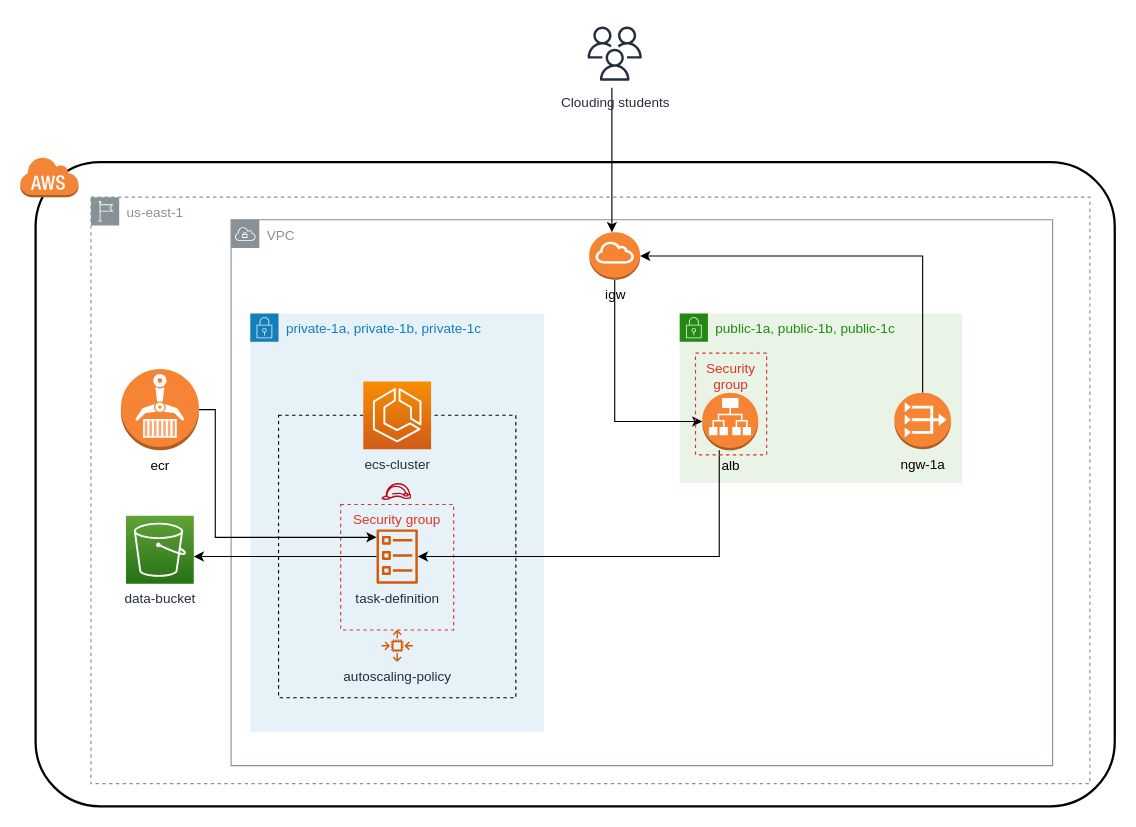
This is ecs/EcsLab.drawio from 4l3j4ndr0/ecs-practice, a draw.io file, before an edit. Source tidied: cells renumbered, new cells numbered last; positions are measured from the earlier drawing's top-left corner, leaving out a move shared by most shapes. Both pictures are drawn from the tidied source at 113%, with x=0, y=0 at pixel (19, 19).
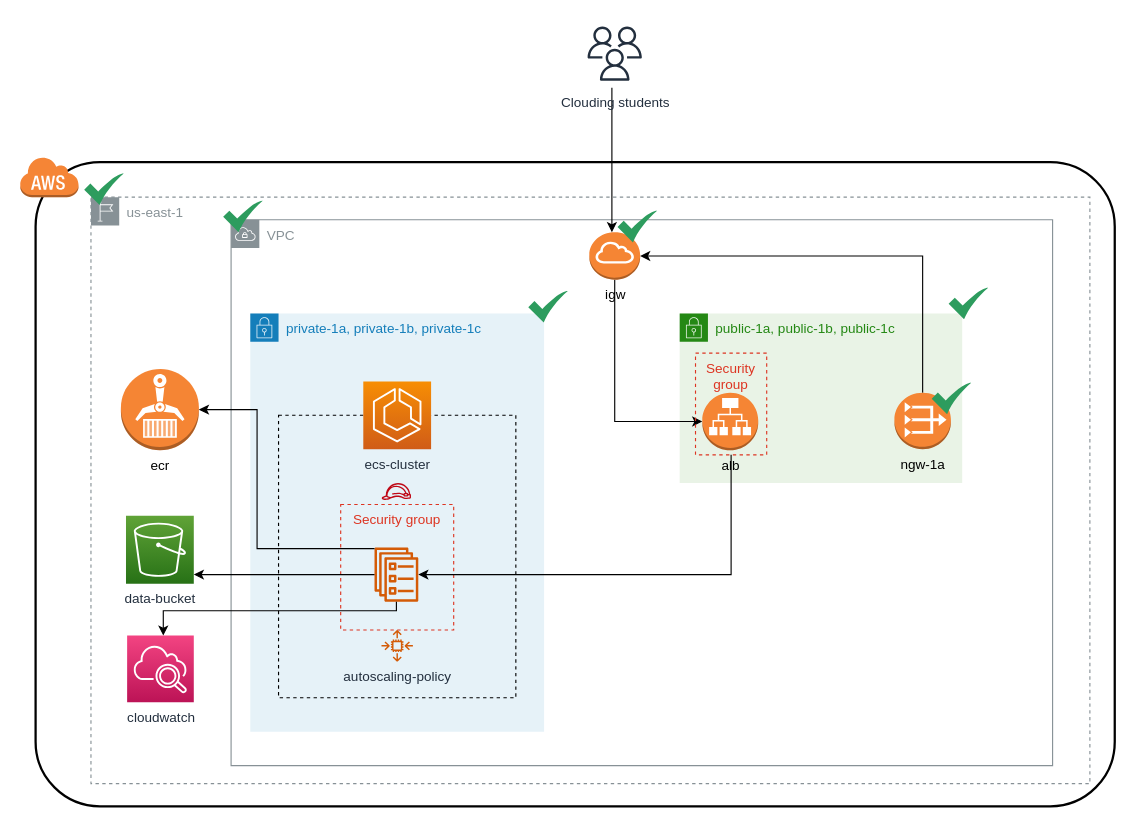
Above is the later version.

The change refers to these unchanged cells:
```xml
<mxCell id="6" value="private-1a, private-1b, private-1c" style="gradientColor=none;html=1;whiteSpace=wrap;fontSize=12;fontStyle=0;shape=mxgraph.aws4.group;grIcon=mxgraph.aws4.group_security_group;grStroke=0;strokeColor=#147EBA;fillColor=#E6F2F8;verticalAlign=top;align=left;spacingLeft=30;fontColor=#147EBA;dashed=0;" parent="1" vertex="1">
  <mxGeometry x="204" y="260" width="260" height="370" as="geometry" />
</mxCell>
<mxCell id="21" value="alb" style="outlineConnect=0;dashed=0;verticalLabelPosition=bottom;verticalAlign=top;align=center;html=1;shape=mxgraph.aws3.application_load_balancer;fillColor=#F58534;gradientColor=none;" parent="1" vertex="1">
  <mxGeometry x="604" y="330" width="49.5" height="51" as="geometry" />
</mxCell>
<mxCell id="22" value="data-bucket" style="sketch=0;points=[[0,0,0],[0.25,0,0],[0.5,0,0],[0.75,0,0],[1,0,0],[0,1,0],[0.25,1,0],[0.5,1,0],[0.75,1,0],[1,1,0],[0,0.25,0],[0,0.5,0],[0,0.75,0],[1,0.25,0],[1,0.5,0],[1,0.75,0]];outlineConnect=0;fontColor=#232F3E;gradientColor=#60A337;gradientDirection=north;fillColor=#277116;strokeColor=#ffffff;dashed=0;verticalLabelPosition=bottom;verticalAlign=top;align=center;html=1;fontSize=12;fontStyle=0;shape=mxgraph.aws4.resourceIcon;resIcon=mxgraph.aws4.s3;" parent="1" vertex="1">
  <mxGeometry x="94" y="439" width="60" height="60" as="geometry" />
</mxCell>
<mxCell id="24" value="Security group" style="fillColor=none;strokeColor=#DD3522;verticalAlign=top;fontStyle=0;fontColor=#DD3522;whiteSpace=wrap;html=1;dashed=1;" parent="1" vertex="1">
  <mxGeometry x="598" y="295" width="63" height="90" as="geometry" />
</mxCell>
<mxCell id="26" value="ecr" style="outlineConnect=0;dashed=0;verticalLabelPosition=bottom;verticalAlign=top;align=center;html=1;shape=mxgraph.aws3.ecr;fillColor=#F58534;gradientColor=none;" parent="1" vertex="1">
  <mxGeometry x="89.5" y="309" width="69" height="72" as="geometry" />
</mxCell>
```

Change to the diagram source:
```diff
@@
-    <mxCell id="10" value="task-definition" style="sketch=0;outlineConnect=0;fontColor=#232F3E;gradientColor=none;fillColor=#D45B07;strokeColor=none;dashed=0;verticalLabelPosition=bottom;verticalAlign=top;align=center;html=1;fontSize=12;fontStyle=0;shape=mxgraph.aws4.ecs_task;" parent="6" vertex="1">
-      <mxGeometry x="111.5" y="191" width="37" height="48" as="geometry" />
-    </mxCell>
@@
+    <mxCell id="27" style="sketch=0;outlineConnect=0;fontColor=#232F3E;gradientColor=none;fillColor=#D45B07;strokeColor=none;dashed=0;verticalLabelPosition=bottom;verticalAlign=top;align=center;html=1;fontSize=12;fontStyle=0;shape=mxgraph.aws4.ecs_service;" parent="6" vertex="1">
+      <mxGeometry x="109.8" y="207" width="39" height="48" as="geometry" />
+    </mxCell>
@@
-    <mxCell id="20" style="edgeStyle=orthogonalEdgeStyle;rounded=0;jettySize=auto;html=1;" parent="1" edge="1" source="21" target="10">
-      <mxGeometry relative="1" as="geometry">
-        <Array as="points">
-          <mxPoint x="619" y="475" />
-        </Array>
-      </mxGeometry>
-    </mxCell>
@@
-    <mxCell id="23" style="edgeStyle=orthogonalEdgeStyle;rounded=0;jettySize=auto;html=1;" parent="1" edge="1" source="10" target="22">
-      <mxGeometry relative="1" as="geometry">
-        <Array as="points">
-          <mxPoint x="174" y="475" />
-          <mxPoint x="174" y="475" />
-        </Array>
-      </mxGeometry>
-    </mxCell>
+    <mxCell id="28" style="edgeStyle=orthogonalEdgeStyle;rounded=0;jettySize=auto;html=1;" parent="1" edge="1" source="24" target="27">
+      <mxGeometry relative="1" as="geometry">
+        <Array as="points">
+          <mxPoint x="630" y="491" />
+        </Array>
+      </mxGeometry>
+    </mxCell>
@@
-    <mxCell id="25" style="edgeStyle=orthogonalEdgeStyle;rounded=0;jettySize=auto;html=1;" parent="1" edge="1" source="26" target="10">
-      <mxGeometry relative="1" as="geometry">
-        <Array as="points">
-          <mxPoint x="173" y="345" />
-          <mxPoint x="173" y="458" />
-        </Array>
-      </mxGeometry>
-    </mxCell>
@@
+    <mxCell id="29" style="sketch=0;html=1;strokeColor=none;shadow=0;align=center;fillColor=#2D9C5E;verticalAlign=top;labelPosition=center;verticalLabelPosition=bottom;shape=mxgraph.gcp2.check;" parent="1" vertex="1">
+      <mxGeometry x="180" y="160" width="35" height="28" as="geometry" />
+    </mxCell>
+    <mxCell id="30" style="sketch=0;html=1;strokeColor=none;shadow=0;align=center;fillColor=#2D9C5E;verticalAlign=top;labelPosition=center;verticalLabelPosition=bottom;shape=mxgraph.gcp2.check;" parent="1" vertex="1">
+      <mxGeometry x="57" y="136" width="35" height="28" as="geometry" />
+    </mxCell>
+    <mxCell id="31" value="cloudwatch" style="sketch=0;points=[[0,0,0],[0.25,0,0],[0.5,0,0],[0.75,0,0],[1,0,0],[0,1,0],[0.25,1,0],[0.5,1,0],[0.75,1,0],[1,1,0],[0,0.25,0],[0,0.5,0],[0,0.75,0],[1,0.25,0],[1,0.5,0],[1,0.75,0]];points=[[0,0,0],[0.25,0,0],[0.5,0,0],[0.75,0,0],[1,0,0],[0,1,0],[0.25,1,0],[0.5,1,0],[0.75,1,0],[1,1,0],[0,0.25,0],[0,0.5,0],[0,0.75,0],[1,0.25,0],[1,0.5,0],[1,0.75,0]];outlineConnect=0;fontColor=#232F3E;gradientColor=#F34482;gradientDirection=north;fillColor=#BC1356;strokeColor=#ffffff;dashed=0;verticalLabelPosition=bottom;verticalAlign=top;align=center;html=1;fontSize=12;fontStyle=0;shape=mxgraph.aws4.resourceIcon;resIcon=mxgraph.aws4.cloudwatch_2;" parent="1" vertex="1">
+      <mxGeometry x="95" y="545" width="59" height="59" as="geometry" />
+    </mxCell>
+    <mxCell id="32" style="edgeStyle=orthogonalEdgeStyle;rounded=0;jettySize=auto;html=1;" parent="1" edge="1" source="27" target="26">
+      <mxGeometry relative="1" as="geometry">
+        <Array as="points">
+          <mxPoint x="210" y="468" />
+          <mxPoint x="210" y="345" />
+        </Array>
+      </mxGeometry>
+    </mxCell>
+    <mxCell id="33" style="edgeStyle=orthogonalEdgeStyle;rounded=0;jettySize=auto;html=1;" parent="1" edge="1" source="27" target="22">
+      <mxGeometry relative="1" as="geometry">
+        <Array as="points">
+          <mxPoint x="187" y="491" />
+          <mxPoint x="187" y="491" />
+        </Array>
+      </mxGeometry>
+    </mxCell>
+    <mxCell id="34" style="edgeStyle=orthogonalEdgeStyle;rounded=0;jettySize=auto;html=1;" parent="1" edge="1" source="27" target="31">
+      <mxGeometry relative="1" as="geometry">
+        <Array as="points">
+          <mxPoint x="333" y="523" />
+          <mxPoint x="127" y="523" />
+        </Array>
+      </mxGeometry>
+    </mxCell>
+    <mxCell id="35" style="sketch=0;html=1;strokeColor=none;shadow=0;align=center;fillColor=#2D9C5E;verticalAlign=top;labelPosition=center;verticalLabelPosition=bottom;shape=mxgraph.gcp2.check;" parent="1" vertex="1">
+      <mxGeometry x="450" y="240" width="35" height="28" as="geometry" />
+    </mxCell>
+    <mxCell id="36" style="sketch=0;html=1;strokeColor=none;shadow=0;align=center;fillColor=#2D9C5E;verticalAlign=top;labelPosition=center;verticalLabelPosition=bottom;shape=mxgraph.gcp2.check;" parent="1" vertex="1">
+      <mxGeometry x="822" y="237" width="35" height="28" as="geometry" />
+    </mxCell>
+    <mxCell id="37" style="sketch=0;html=1;strokeColor=none;shadow=0;align=center;fillColor=#2D9C5E;verticalAlign=top;labelPosition=center;verticalLabelPosition=bottom;shape=mxgraph.gcp2.check;" parent="1" vertex="1">
+      <mxGeometry x="807" y="321" width="35" height="28" as="geometry" />
+    </mxCell>
+    <mxCell id="38" style="sketch=0;html=1;strokeColor=none;shadow=0;align=center;fillColor=#2D9C5E;verticalAlign=top;labelPosition=center;verticalLabelPosition=bottom;shape=mxgraph.gcp2.check;" parent="1" vertex="1">
+      <mxGeometry x="529" y="169" width="35" height="28" as="geometry" />
+    </mxCell>
```
